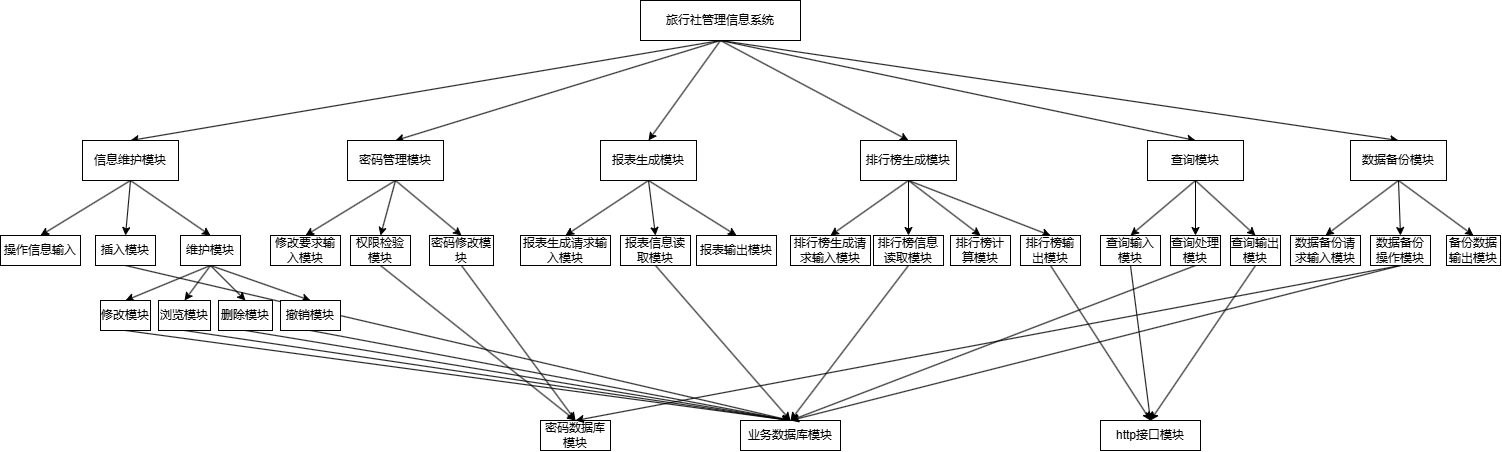
This is 系统结构图-顶层.drawio.png from wefcdse/softeng, a draw.io export, as it was before one commit. Source tidied: cells renumbered, new cells last; positions are measured from the earlier drawing's top-left corner, leaving out a move shared by most shapes.
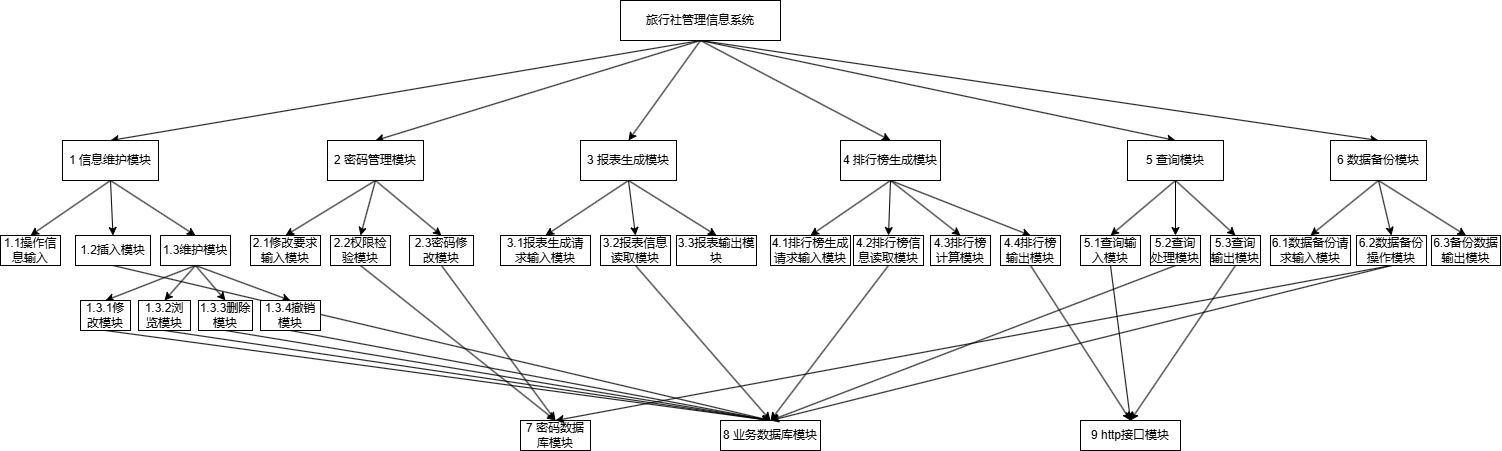
Above is the later version.

Commit message:
更新系统结构图-顶层.drawio.png

Change to the diagram source:
```diff
@@ -32,7 +32,7 @@
     <mxCell id="11" style="rounded=0;jettySize=auto;html=1;exitX=0.5;exitY=1;exitDx=0;exitDy=0;entryX=0.5;entryY=0;entryDx=0;entryDy=0;" parent="1" edge="1" source="12" target="43">
       <mxGeometry relative="1" as="geometry" />
     </mxCell>
-    <mxCell id="12" value="信息维护模块" style="rounded=0;whiteSpace=wrap;html=1;" parent="1" vertex="1">
+    <mxCell id="12" value="1 信息维护模块" style="rounded=0;whiteSpace=wrap;html=1;" parent="1" vertex="1">
       <mxGeometry x="82" y="140" width="96" height="40" as="geometry" />
     </mxCell>
     <mxCell id="13" style="rounded=0;jettySize=auto;html=1;exitX=0.5;exitY=1;exitDx=0;exitDy=0;entryX=0.5;entryY=0;entryDx=0;entryDy=0;" parent="1" edge="1" source="16" target="51">
@@ -44,7 +44,7 @@
     <mxCell id="15" style="rounded=0;jettySize=auto;html=1;exitX=0.5;exitY=1;exitDx=0;exitDy=0;entryX=0.5;entryY=0;entryDx=0;entryDy=0;" parent="1" edge="1" source="16" target="55">
       <mxGeometry relative="1" as="geometry" />
     </mxCell>
-    <mxCell id="16" value="密码管理模块" style="rounded=0;whiteSpace=wrap;html=1;" parent="1" vertex="1">
+    <mxCell id="16" value="2 密码管理模块" style="rounded=0;whiteSpace=wrap;html=1;" parent="1" vertex="1">
       <mxGeometry x="347" y="140" width="96" height="40" as="geometry" />
     </mxCell>
     <mxCell id="17" style="rounded=0;jettySize=auto;html=1;exitX=0.5;exitY=1;exitDx=0;exitDy=0;entryX=0.5;entryY=0;entryDx=0;entryDy=0;" parent="1" edge="1" source="20" target="57">
@@ -56,7 +56,7 @@
     <mxCell id="19" style="rounded=0;jettySize=auto;html=1;exitX=0.5;exitY=1;exitDx=0;exitDy=0;entryX=0.5;entryY=0;entryDx=0;entryDy=0;" parent="1" edge="1" source="20" target="60">
       <mxGeometry relative="1" as="geometry" />
     </mxCell>
-    <mxCell id="20" value="报表生成模块" style="rounded=0;whiteSpace=wrap;html=1;" parent="1" vertex="1">
+    <mxCell id="20" value="3 报表生成模块" style="rounded=0;whiteSpace=wrap;html=1;" parent="1" vertex="1">
       <mxGeometry x="600" y="140" width="96" height="40" as="geometry" />
     </mxCell>
     <mxCell id="21" style="rounded=0;jettySize=auto;html=1;exitX=0.5;exitY=1;exitDx=0;exitDy=0;entryX=0.5;entryY=0;entryDx=0;entryDy=0;" parent="1" edge="1" source="25" target="61">
@@ -71,8 +71,8 @@
     <mxCell id="24" style="rounded=0;jettySize=auto;html=1;exitX=0.5;exitY=1;exitDx=0;exitDy=0;entryX=0.5;entryY=0;entryDx=0;entryDy=0;" parent="1" edge="1" source="25" target="66">
       <mxGeometry relative="1" as="geometry" />
     </mxCell>
-    <mxCell id="25" value="排行榜生成模块" style="rounded=0;whiteSpace=wrap;html=1;" parent="1" vertex="1">
-      <mxGeometry x="860" y="140" width="96" height="40" as="geometry" />
+    <mxCell id="25" value="4 排行榜生成模块" style="rounded=0;whiteSpace=wrap;html=1;" parent="1" vertex="1">
+      <mxGeometry x="860" y="140" width="100" height="40" as="geometry" />
     </mxCell>
     <mxCell id="26" style="rounded=0;jettySize=auto;html=1;exitX=0.5;exitY=1;exitDx=0;exitDy=0;entryX=0.5;entryY=0;entryDx=0;entryDy=0;" parent="1" edge="1" source="29" target="74">
       <mxGeometry relative="1" as="geometry" />
@@ -83,7 +83,7 @@
     <mxCell id="28" style="rounded=0;jettySize=auto;html=1;exitX=0.5;exitY=1;exitDx=0;exitDy=0;entryX=0.5;entryY=0;entryDx=0;entryDy=0;" parent="1" edge="1" source="29" target="78">
       <mxGeometry relative="1" as="geometry" />
     </mxCell>
-    <mxCell id="29" value="数据备份模块" style="rounded=0;whiteSpace=wrap;html=1;" parent="1" vertex="1">
+    <mxCell id="29" value="6 数据备份模块" style="rounded=0;whiteSpace=wrap;html=1;" parent="1" vertex="1">
       <mxGeometry x="1350" y="140" width="96" height="40" as="geometry" />
     </mxCell>
     <mxCell id="30" style="rounded=0;jettySize=auto;html=1;exitX=0.5;exitY=1;exitDx=0;exitDy=0;entryX=0.5;entryY=0;entryDx=0;entryDy=0;" parent="1" edge="1" source="33" target="71">
@@ -95,22 +95,22 @@
     <mxCell id="32" style="rounded=0;jettySize=auto;html=1;exitX=0.5;exitY=1;exitDx=0;exitDy=0;entryX=0.5;entryY=0;entryDx=0;entryDy=0;" parent="1" edge="1" source="33" target="73">
       <mxGeometry relative="1" as="geometry" />
     </mxCell>
-    <mxCell id="33" value="查询模块" style="rounded=0;whiteSpace=wrap;html=1;" parent="1" vertex="1">
+    <mxCell id="33" value="5 查询模块" style="rounded=0;whiteSpace=wrap;html=1;" parent="1" vertex="1">
       <mxGeometry x="1147" y="140" width="96" height="40" as="geometry" />
     </mxCell>
-    <mxCell id="34" value="操作信息输入" style="rounded=0;whiteSpace=wrap;html=1;" parent="1" vertex="1">
-      <mxGeometry y="235" width="80" height="30" as="geometry" />
+    <mxCell id="34" value="1.1操作信息输入" style="rounded=0;whiteSpace=wrap;html=1;" parent="1" vertex="1">
+      <mxGeometry x="20" y="235" width="60" height="30" as="geometry" />
     </mxCell>
     <mxCell id="35" style="rounded=0;jettySize=auto;html=1;exitX=0.5;exitY=1;exitDx=0;exitDy=0;entryX=0.5;entryY=0;entryDx=0;entryDy=0;" parent="1" edge="1" source="36" target="50">
       <mxGeometry relative="1" as="geometry" />
     </mxCell>
-    <mxCell id="36" value="插入模块" style="rounded=0;whiteSpace=wrap;html=1;" parent="1" vertex="1">
-      <mxGeometry x="95" y="235" width="60" height="30" as="geometry" />
+    <mxCell id="36" value="1.2&lt;span style=&quot;background-color: initial;&quot;&gt;插入模块&lt;/span&gt;" style="rounded=0;whiteSpace=wrap;html=1;" parent="1" vertex="1">
+      <mxGeometry x="95" y="235" width="75" height="30" as="geometry" />
     </mxCell>
     <mxCell id="37" style="rounded=0;jettySize=auto;html=1;exitX=0.5;exitY=1;exitDx=0;exitDy=0;entryX=0.5;entryY=0;entryDx=0;entryDy=0;" parent="1" edge="1" source="38" target="50">
       <mxGeometry relative="1" as="geometry" />
     </mxCell>
-    <mxCell id="38" value="删除模块" style="rounded=0;whiteSpace=wrap;html=1;" parent="1" vertex="1">
+    <mxCell id="38" value="1.3.3删除模块" style="rounded=0;whiteSpace=wrap;html=1;" parent="1" vertex="1">
       <mxGeometry x="218" y="300" width="54" height="30" as="geometry" />
     </mxCell>
     <mxCell id="39" style="rounded=0;jettySize=auto;html=1;exitX=0.5;exitY=1;exitDx=0;exitDy=0;entryX=0.5;entryY=0;entryDx=0;entryDy=0;" parent="1" edge="1" source="43" target="47">
@@ -125,101 +125,101 @@
     <mxCell id="42" style="rounded=0;jettySize=auto;html=1;exitX=0.5;exitY=1;exitDx=0;exitDy=0;entryX=0.5;entryY=0;entryDx=0;entryDy=0;" parent="1" edge="1" source="43" target="49">
       <mxGeometry relative="1" as="geometry" />
     </mxCell>
-    <mxCell id="43" value="维护模块" style="rounded=0;whiteSpace=wrap;html=1;" parent="1" vertex="1">
-      <mxGeometry x="180" y="235" width="60" height="30" as="geometry" />
+    <mxCell id="43" value="1.3维护模块" style="rounded=0;whiteSpace=wrap;html=1;" parent="1" vertex="1">
+      <mxGeometry x="180" y="235" width="70" height="30" as="geometry" />
     </mxCell>
     <mxCell id="44" style="rounded=0;jettySize=auto;html=1;exitX=0.5;exitY=1;exitDx=0;exitDy=0;entryX=0.5;entryY=0;entryDx=0;entryDy=0;" parent="1" edge="1" source="45" target="50">
       <mxGeometry relative="1" as="geometry" />
     </mxCell>
-    <mxCell id="45" value="浏览模块" style="rounded=0;whiteSpace=wrap;html=1;" parent="1" vertex="1">
+    <mxCell id="45" value="1.3.2浏览模块" style="rounded=0;whiteSpace=wrap;html=1;" parent="1" vertex="1">
       <mxGeometry x="158" y="300" width="52" height="30" as="geometry" />
     </mxCell>
     <mxCell id="46" style="rounded=0;jettySize=auto;html=1;exitX=0.5;exitY=1;exitDx=0;exitDy=0;entryX=0.5;entryY=0;entryDx=0;entryDy=0;" parent="1" edge="1" source="47" target="50">
       <mxGeometry relative="1" as="geometry" />
     </mxCell>
-    <mxCell id="47" value="修改模块" style="rounded=0;whiteSpace=wrap;html=1;" parent="1" vertex="1">
+    <mxCell id="47" value="1.3.1修改模块" style="rounded=0;whiteSpace=wrap;html=1;" parent="1" vertex="1">
       <mxGeometry x="100" y="300" width="50" height="30" as="geometry" />
     </mxCell>
     <mxCell id="48" style="rounded=0;jettySize=auto;html=1;exitX=0.5;exitY=1;exitDx=0;exitDy=0;entryX=0.5;entryY=0;entryDx=0;entryDy=0;" parent="1" edge="1" source="49" target="50">
       <mxGeometry relative="1" as="geometry" />
     </mxCell>
-    <mxCell id="49" value="撤销模块" style="rounded=0;whiteSpace=wrap;html=1;" parent="1" vertex="1">
+    <mxCell id="49" value="1.3.4撤销模块" style="rounded=0;whiteSpace=wrap;html=1;" parent="1" vertex="1">
       <mxGeometry x="280" y="300" width="60" height="30" as="geometry" />
     </mxCell>
-    <mxCell id="50" value="业务数据库模块" style="rounded=0;whiteSpace=wrap;html=1;" parent="1" vertex="1">
+    <mxCell id="50" value="8 业务数据库模块" style="rounded=0;whiteSpace=wrap;html=1;" parent="1" vertex="1">
       <mxGeometry x="740" y="420" width="100" height="30" as="geometry" />
     </mxCell>
-    <mxCell id="51" value="修改要求输入模块" style="rounded=0;whiteSpace=wrap;html=1;" parent="1" vertex="1">
+    <mxCell id="51" value="2.1修改要求输入模块" style="rounded=0;whiteSpace=wrap;html=1;" parent="1" vertex="1">
       <mxGeometry x="270" y="235" width="70" height="30" as="geometry" />
     </mxCell>
     <mxCell id="52" style="rounded=0;jettySize=auto;html=1;exitX=0.5;exitY=1;exitDx=0;exitDy=0;entryX=0.5;entryY=0;entryDx=0;entryDy=0;" parent="1" edge="1" source="53" target="56">
       <mxGeometry relative="1" as="geometry" />
     </mxCell>
-    <mxCell id="53" value="权限检验模块" style="rounded=0;whiteSpace=wrap;html=1;" parent="1" vertex="1">
+    <mxCell id="53" value="2.2权限检验模块" style="rounded=0;whiteSpace=wrap;html=1;" parent="1" vertex="1">
       <mxGeometry x="350" y="235" width="60" height="30" as="geometry" />
     </mxCell>
     <mxCell id="54" style="rounded=0;jettySize=auto;html=1;exitX=0.5;exitY=1;exitDx=0;exitDy=0;entryX=0.5;entryY=0;entryDx=0;entryDy=0;" parent="1" edge="1" source="55" target="56">
       <mxGeometry relative="1" as="geometry" />
     </mxCell>
-    <mxCell id="55" value="密码修改模块" style="rounded=0;whiteSpace=wrap;html=1;" parent="1" vertex="1">
+    <mxCell id="55" value="2.3密码修改模块" style="rounded=0;whiteSpace=wrap;html=1;" parent="1" vertex="1">
       <mxGeometry x="429" y="235" width="64" height="30" as="geometry" />
     </mxCell>
-    <mxCell id="56" value="密码数据库模块" style="rounded=0;whiteSpace=wrap;html=1;" parent="1" vertex="1">
+    <mxCell id="56" value="7 密码数据库模块" style="rounded=0;whiteSpace=wrap;html=1;" parent="1" vertex="1">
       <mxGeometry x="540" y="420" width="70" height="30" as="geometry" />
     </mxCell>
-    <mxCell id="57" value="报表生成请求输入模块" style="rounded=0;whiteSpace=wrap;html=1;" parent="1" vertex="1">
+    <mxCell id="57" value="3.1报表生成请求输入模块" style="rounded=0;whiteSpace=wrap;html=1;" parent="1" vertex="1">
       <mxGeometry x="520" y="235" width="90" height="30" as="geometry" />
     </mxCell>
     <mxCell id="58" style="rounded=0;jettySize=auto;html=1;exitX=0.5;exitY=1;exitDx=0;exitDy=0;entryX=0.5;entryY=0;entryDx=0;entryDy=0;" parent="1" edge="1" source="59" target="50">
       <mxGeometry relative="1" as="geometry" />
     </mxCell>
-    <mxCell id="59" value="报表信息读取模块" style="rounded=0;whiteSpace=wrap;html=1;" parent="1" vertex="1">
+    <mxCell id="59" value="3.2报表信息读取模块" style="rounded=0;whiteSpace=wrap;html=1;" parent="1" vertex="1">
       <mxGeometry x="620" y="235" width="70" height="30" as="geometry" />
     </mxCell>
-    <mxCell id="60" value="报表输出模块" style="rounded=0;whiteSpace=wrap;html=1;" parent="1" vertex="1">
+    <mxCell id="60" value="3.3报表输出模块" style="rounded=0;whiteSpace=wrap;html=1;" parent="1" vertex="1">
       <mxGeometry x="696" y="235" width="80" height="30" as="geometry" />
     </mxCell>
-    <mxCell id="61" value="排行榜生成请求输入模块" style="rounded=0;whiteSpace=wrap;html=1;" parent="1" vertex="1">
+    <mxCell id="61" value="4.1排行榜生成请求输入模块" style="rounded=0;whiteSpace=wrap;html=1;" parent="1" vertex="1">
       <mxGeometry x="790" y="235" width="80" height="30" as="geometry" />
     </mxCell>
     <mxCell id="62" style="rounded=0;jettySize=auto;html=1;exitX=0.5;exitY=1;exitDx=0;exitDy=0;entryX=0.5;entryY=0;entryDx=0;entryDy=0;" parent="1" edge="1" source="63" target="50">
       <mxGeometry relative="1" as="geometry" />
     </mxCell>
-    <mxCell id="63" value="排行榜信息读取模块" style="rounded=0;whiteSpace=wrap;html=1;" parent="1" vertex="1">
+    <mxCell id="63" value="4.2排行榜信息读取模块" style="rounded=0;whiteSpace=wrap;html=1;" parent="1" vertex="1">
       <mxGeometry x="873" y="235" width="70" height="30" as="geometry" />
     </mxCell>
-    <mxCell id="64" value="排行榜计算模块" style="rounded=0;whiteSpace=wrap;html=1;" parent="1" vertex="1">
+    <mxCell id="64" value="4.3排行榜计算模块" style="rounded=0;whiteSpace=wrap;html=1;" parent="1" vertex="1">
       <mxGeometry x="950" y="235" width="60" height="30" as="geometry" />
     </mxCell>
     <mxCell id="65" style="rounded=0;jettySize=auto;html=1;exitX=0.5;exitY=1;exitDx=0;exitDy=0;entryX=0.5;entryY=0;entryDx=0;entryDy=0;" parent="1" edge="1" source="66" target="67">
       <mxGeometry relative="1" as="geometry" />
     </mxCell>
-    <mxCell id="66" value="排行榜输出模块" style="rounded=0;whiteSpace=wrap;html=1;" parent="1" vertex="1">
+    <mxCell id="66" value="4.4排行榜输出模块" style="rounded=0;whiteSpace=wrap;html=1;" parent="1" vertex="1">
       <mxGeometry x="1020" y="235" width="60" height="30" as="geometry" />
     </mxCell>
-    <mxCell id="67" value="http接口模块" style="rounded=0;whiteSpace=wrap;html=1;" parent="1" vertex="1">
+    <mxCell id="67" value="9 http接口模块" style="rounded=0;whiteSpace=wrap;html=1;" parent="1" vertex="1">
       <mxGeometry x="1100" y="420" width="100" height="30" as="geometry" />
     </mxCell>
     <mxCell id="68" style="rounded=0;jettySize=auto;html=1;exitX=0.5;exitY=1;exitDx=0;exitDy=0;entryX=0.5;entryY=0;entryDx=0;entryDy=0;" parent="1" edge="1" source="69" target="67">
       <mxGeometry relative="1" as="geometry" />
     </mxCell>
-    <mxCell id="69" value="查询输入模块" style="rounded=0;whiteSpace=wrap;html=1;" parent="1" vertex="1">
+    <mxCell id="69" value="5.1查询输入模块" style="rounded=0;whiteSpace=wrap;html=1;" parent="1" vertex="1">
       <mxGeometry x="1100" y="235" width="60" height="30" as="geometry" />
     </mxCell>
     <mxCell id="70" style="rounded=0;jettySize=auto;html=1;exitX=0.5;exitY=1;exitDx=0;exitDy=0;entryX=0.5;entryY=0;entryDx=0;entryDy=0;" parent="1" edge="1" source="71" target="50">
       <mxGeometry relative="1" as="geometry" />
     </mxCell>
-    <mxCell id="71" value="查询处理模块" style="rounded=0;whiteSpace=wrap;html=1;" parent="1" vertex="1">
+    <mxCell id="71" value="5.2查询处理模块" style="rounded=0;whiteSpace=wrap;html=1;" parent="1" vertex="1">
       <mxGeometry x="1170" y="235" width="50" height="30" as="geometry" />
     </mxCell>
     <mxCell id="72" style="rounded=0;jettySize=auto;html=1;exitX=0.5;exitY=1;exitDx=0;exitDy=0;entryX=0.5;entryY=0;entryDx=0;entryDy=0;" parent="1" edge="1" source="73" target="67">
       <mxGeometry relative="1" as="geometry" />
     </mxCell>
-    <mxCell id="73" value="查询输出模块" style="rounded=0;whiteSpace=wrap;html=1;" parent="1" vertex="1">
+    <mxCell id="73" value="5.3查询输出模块" style="rounded=0;whiteSpace=wrap;html=1;" parent="1" vertex="1">
       <mxGeometry x="1230" y="235" width="50" height="30" as="geometry" />
     </mxCell>
-    <mxCell id="74" value="数据备份请求输入模块" style="rounded=0;whiteSpace=wrap;html=1;" parent="1" vertex="1">
-      <mxGeometry x="1290" y="235" width="70" height="30" as="geometry" />
+    <mxCell id="74" value="6.1数据备份请求输入模块" style="rounded=0;whiteSpace=wrap;html=1;" parent="1" vertex="1">
+      <mxGeometry x="1290" y="235" width="80" height="30" as="geometry" />
     </mxCell>
     <mxCell id="75" style="rounded=0;jettySize=auto;html=1;exitX=0.5;exitY=1;exitDx=0;exitDy=0;entryX=0.5;entryY=0;entryDx=0;entryDy=0;" parent="1" edge="1" source="77" target="50">
       <mxGeometry relative="1" as="geometry" />
@@ -227,11 +227,11 @@
     <mxCell id="76" style="rounded=0;jettySize=auto;html=1;exitX=0.5;exitY=1;exitDx=0;exitDy=0;entryX=0.5;entryY=0;entryDx=0;entryDy=0;" parent="1" edge="1" source="77" target="56">
       <mxGeometry relative="1" as="geometry" />
     </mxCell>
-    <mxCell id="77" value="数据备份操作模块" style="rounded=0;whiteSpace=wrap;html=1;" parent="1" vertex="1">
-      <mxGeometry x="1370" y="235" width="60" height="30" as="geometry" />
+    <mxCell id="77" value="6.2数据备份操作模块" style="rounded=0;whiteSpace=wrap;html=1;" parent="1" vertex="1">
+      <mxGeometry x="1376" y="235" width="70" height="30" as="geometry" />
     </mxCell>
-    <mxCell id="78" value="备份数据输出模块" style="rounded=0;whiteSpace=wrap;html=1;" parent="1" vertex="1">
-      <mxGeometry x="1446" y="235" width="54" height="30" as="geometry" />
+    <mxCell id="78" value="6.3备份数据输出模块" style="rounded=0;whiteSpace=wrap;html=1;" parent="1" vertex="1">
+      <mxGeometry x="1451" y="235" width="69" height="30" as="geometry" />
     </mxCell>
   </root>
 </mxGraphModel>
```
